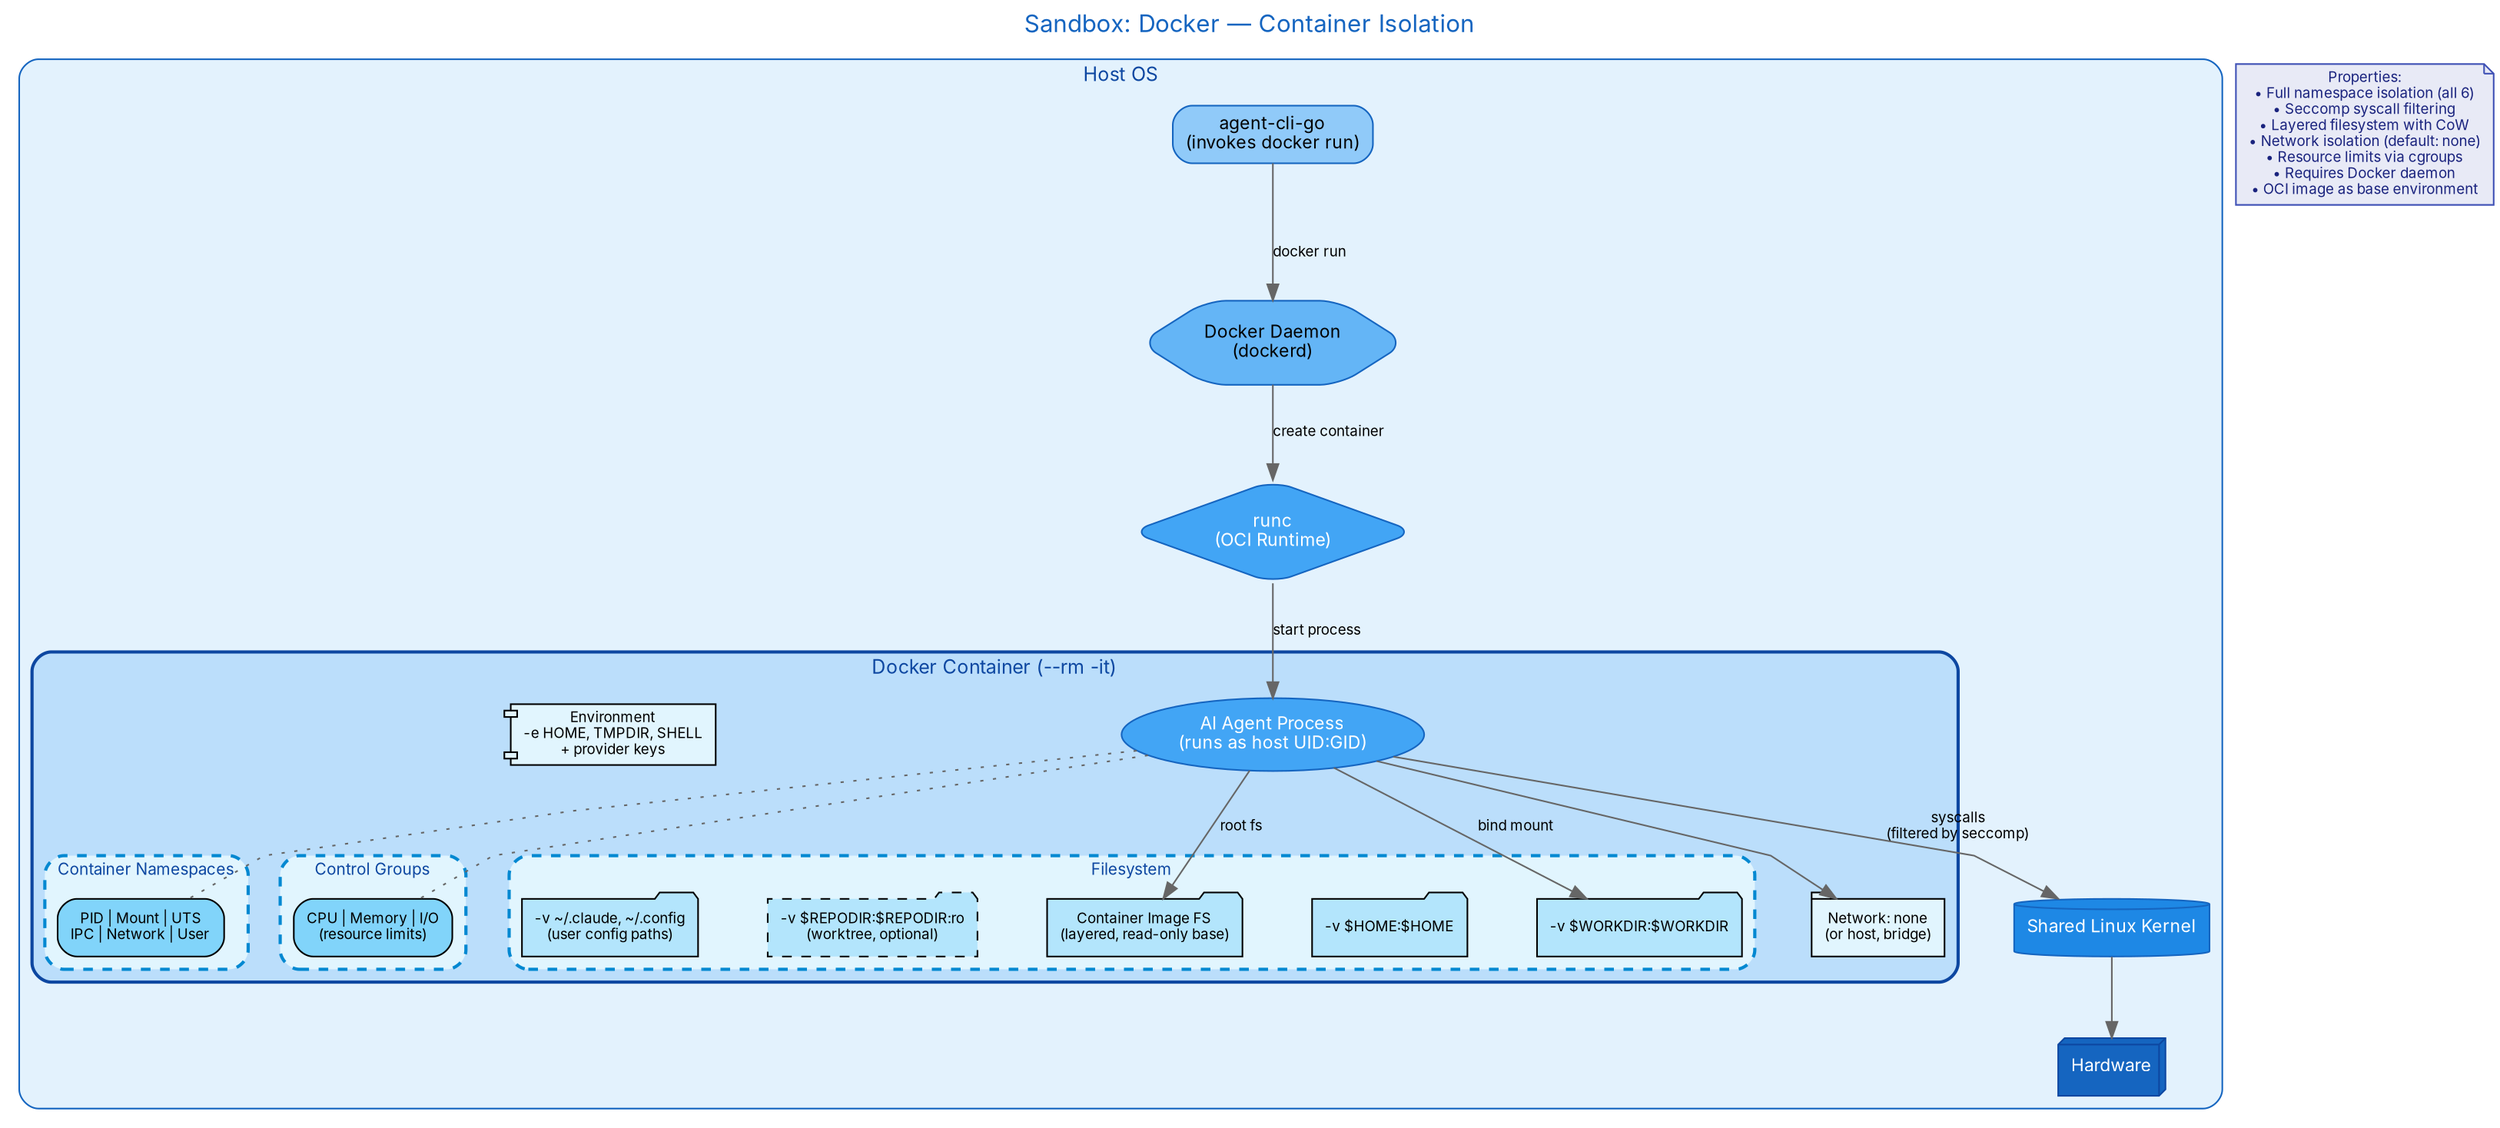
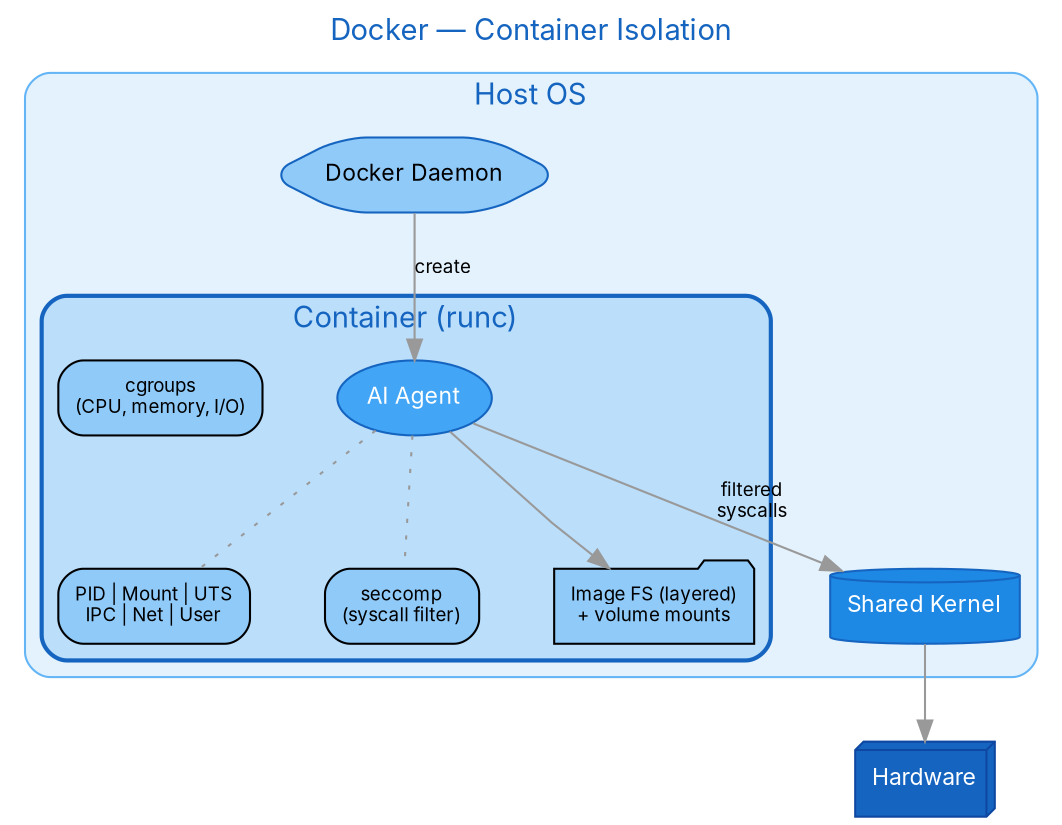
digraph SandboxDocker {
  rankdir=TB;
-   compound=true;
  splines=polyline;
-   nodesep=0.6;
-   ranksep=0.7;
+   nodesep=0.5;
+   ranksep=0.6;
  bgcolor="white";

  node [shape=box, style="rounded,filled", fontname="Inter,Helvetica,Arial", fontsize=11];
-   edge [fontname="Inter,Helvetica,Arial", fontsize=9, color="#666666"];
+   edge [fontname="Inter,Helvetica,Arial", fontsize=9, color="#999999"];

-   label="Sandbox: Docker — Container Isolation";
+   label="Docker — Container Isolation";
  labelloc=t;
-   fontsize=15;
+   fontsize=14;
  fontname="Inter,Helvetica,Arial";
  fontcolor="#1565c0";

  subgraph cluster_host {
    label="Host OS";
    style="rounded,filled";
    fillcolor="#e3f2fd";
-     color="#1565c0";
-     fontcolor="#0d47a1";
-     fontsize=12;
+     color="#64b5f6";

-     agent_cli [label="agent-cli-go\n(invokes docker run)", fillcolor="#90caf9", color="#1565c0"];
-     dockerd [label="Docker Daemon\n(dockerd)", fillcolor="#64b5f6", color="#1565c0", shape=hexagon];
+     dockerd [label="Docker Daemon", fillcolor="#90caf9", color="#1565c0", shape=hexagon];

    subgraph cluster_container {
-       label="Docker Container (--rm -it)";
+       label="Container (runc)";
      style="rounded,bold,filled";
      fillcolor="#bbdefb";
-       color="#0d47a1";
-       fontcolor="#0d47a1";
-       fontsize=12;
+       color="#1565c0";
      penwidth=2;

-       subgraph cluster_ns {
-         label="Container Namespaces";
-         style="rounded,dashed,filled";
-         fillcolor="#e1f5fe";
-         color="#0288d1";
-         fontsize=10;
- 
-         ns_all [label="PID | Mount | UTS\nIPC | Network | User", fillcolor="#81d4fa", fontsize=9];
-       }
- 
-       subgraph cluster_cgroups {
-         label="Control Groups";
-         style="rounded,dashed,filled";
-         fillcolor="#e1f5fe";
-         color="#0288d1";
-         fontsize=10;
- 
-         cg [label="CPU | Memory | I/O\n(resource limits)", fillcolor="#81d4fa", fontsize=9];
-       }
- 
-       agent [label="AI Agent Process\n(runs as host UID:GID)", fillcolor="#42a5f5", color="#1565c0", shape=ellipse, fontcolor=white];
- 
-       subgraph cluster_fs {
-         label="Filesystem";
-         style="rounded,dashed,filled";
-         fillcolor="#e1f5fe";
-         color="#0288d1";
-         fontsize=10;
- 
-         image_fs [label="Container Image FS\n(layered, read-only base)", fillcolor="#b3e5fc", fontsize=9, shape=folder];
-         vol_home [label="-v $HOME:$HOME", fillcolor="#b3e5fc", fontsize=9, shape=folder];
-         vol_work [label="-v $WORKDIR:$WORKDIR", fillcolor="#b3e5fc", fontsize=9, shape=folder];
-         vol_repo [label="-v $REPODIR:$REPODIR:ro\n(worktree, optional)", fillcolor="#b3e5fc", fontsize=9, shape=folder, style="rounded,filled,dashed"];
-         vol_config [label="-v ~/.claude, ~/.config\n(user config paths)", fillcolor="#b3e5fc", fontsize=9, shape=folder];
-       }
- 
-       net [label="Network: none\n(or host, bridge)", fillcolor="#e1f5fe", fontsize=9, shape=tab];
-       env [label="Environment\n-e HOME, TMPDIR, SHELL\n+ provider keys", fillcolor="#e1f5fe", fontsize=9, shape=component];
+       agent [label="AI Agent", fillcolor="#42a5f5", color="#1565c0", shape=ellipse, fontcolor=white];
+       ns [label="PID | Mount | UTS\nIPC | Net | User", fillcolor="#90caf9", fontsize=9];
+       cgroups [label="cgroups\n(CPU, memory, I/O)", fillcolor="#90caf9", fontsize=9];
+       seccomp [label="seccomp\n(syscall filter)", fillcolor="#90caf9", fontsize=9];
+       fs [label="Image FS (layered)\n+ volume mounts", fillcolor="#90caf9", fontsize=9, shape=folder];
    }

-     runc_runtime [label="runc\n(OCI Runtime)", fillcolor="#42a5f5", color="#1565c0", shape=diamond, fontcolor=white];
-     kernel [label="Shared Linux Kernel", fillcolor="#1e88e5", color="#1565c0", fontcolor=white, shape=cylinder];
-     hw [label="Hardware", fillcolor="#1565c0", fontcolor=white, color="#0d47a1", shape=box3d];
+     kernel [label="Shared Kernel", fillcolor="#1e88e5", color="#1565c0", shape=cylinder, fontcolor=white];
  }

-   agent_cli -> dockerd [label="docker run"];
-   dockerd -> runc_runtime [label="create container"];
-   runc_runtime -> agent [label="start process"];
-   agent -> ns_all [style=dotted, arrowhead=none];
-   agent -> cg [style=dotted, arrowhead=none];
-   agent -> image_fs [label="root fs"];
-   agent -> vol_work [label="bind mount"];
-   agent -> net;
-   agent -> kernel [label="syscalls\n(filtered by seccomp)"];
+   hw [label="Hardware", fillcolor="#1565c0", fontcolor=white, color="#0d47a1", shape=box3d];
+ 
+   dockerd -> agent [label="create"];
+   agent -> ns [style=dotted, arrowhead=none];
+   agent -> seccomp [style=dotted, arrowhead=none];
+   agent -> fs;
+   agent -> kernel [label="filtered\nsyscalls"];
  kernel -> hw;
- 
-   props [label="Properties:\n• Full namespace isolation (all 6)\n• Seccomp syscall filtering\n• Layered filesystem with CoW\n• Network isolation (default: none)\n• Resource limits via cgroups\n• Requires Docker daemon\n• OCI image as base environment", shape=note, fillcolor="#e8eaf6", color="#3f51b5", fontsize=9, fontcolor="#1a237e"];
}
